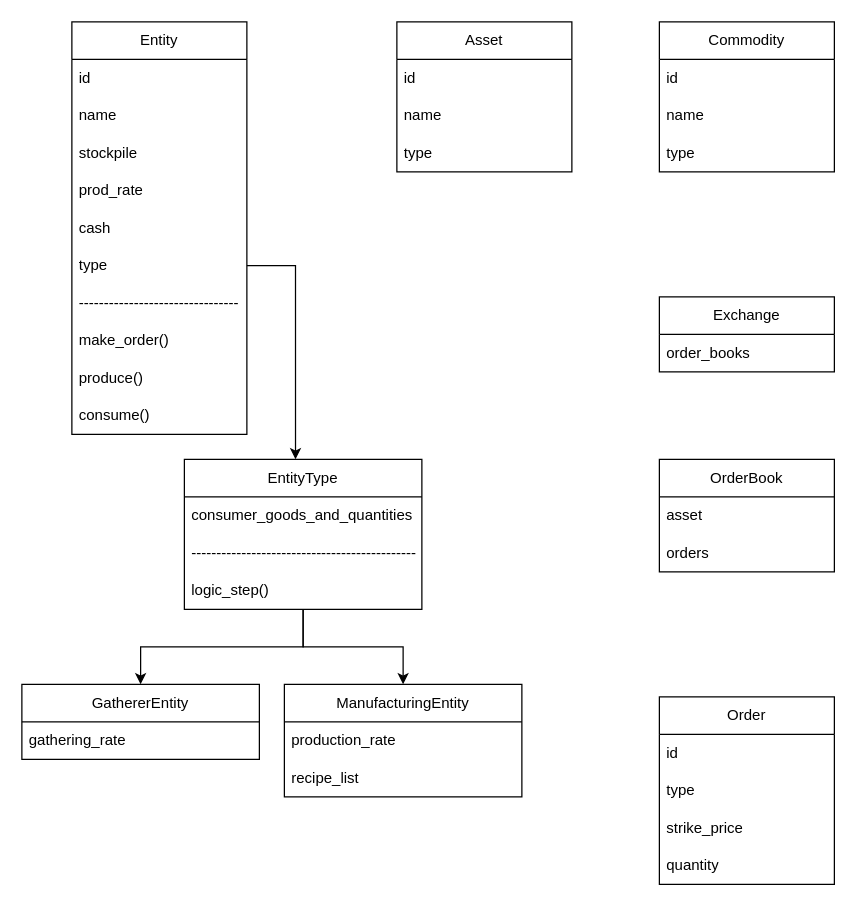
The draw.io diagram diagram.drawio in cypox/ecosim, before the edit. Source tidied: cells renumbered, new cells numbered last; positions are measured from the earlier drawing's top-left corner, leaving out a move shared by most shapes. Both pictures are drawn from the tidied source at 125%, with x=0, y=0 at pixel (21, 21).
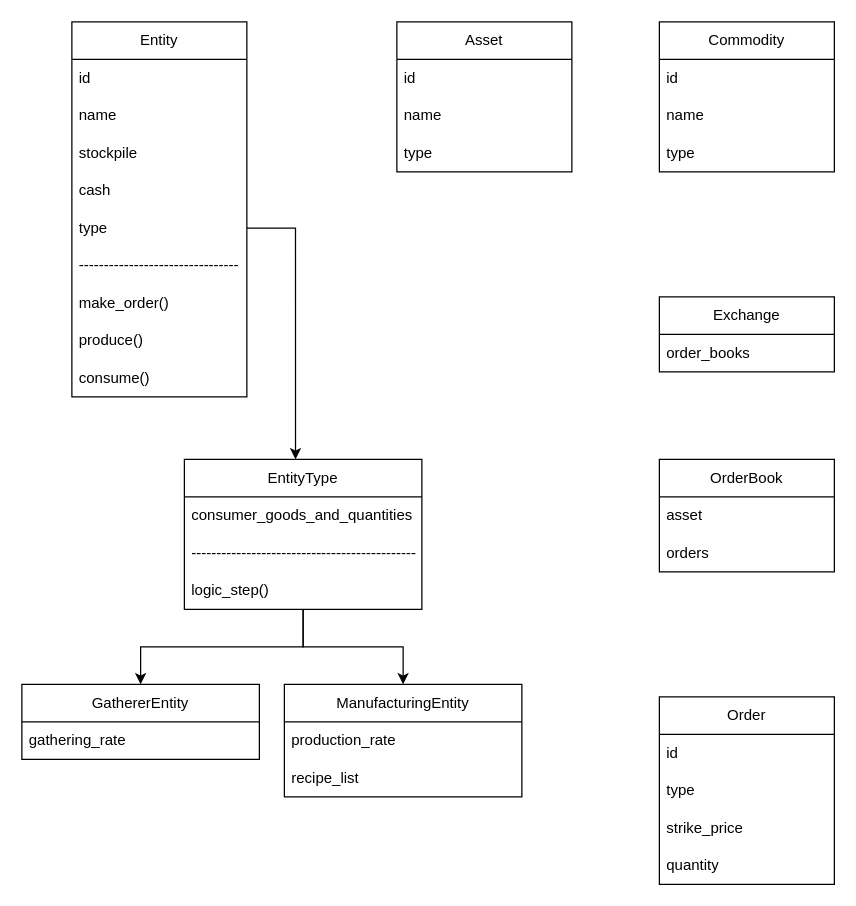
After the change.

The edit, as a diff of the source:
```diff
@@
     <mxCell id="2" value="Entity&lt;br&gt;" style="swimlane;fontStyle=0;horizontal=1;startSize=30;whiteSpace=wrap;html=1;" parent="1" vertex="1">
-      <mxGeometry x="40" width="140" height="330" as="geometry" />
+      <mxGeometry x="40" width="140" height="300" as="geometry" />
     </mxCell>
@@
-    <mxCell id="6" value="prod_rate" style="text;strokeColor=none;fillColor=none;align=left;verticalAlign=middle;spacingLeft=4;spacingRight=4;overflow=hidden;whiteSpace=wrap;html=1;" parent="2" vertex="1">
-      <mxGeometry y="120" width="140" height="30" as="geometry" />
-    </mxCell>
     <mxCell id="7" value="cash" style="text;strokeColor=none;fillColor=none;align=left;verticalAlign=middle;spacingLeft=4;spacingRight=4;overflow=hidden;whiteSpace=wrap;html=1;" parent="2" vertex="1">
-      <mxGeometry y="150" width="140" height="30" as="geometry" />
+      <mxGeometry y="120" width="140" height="30" as="geometry" />
     </mxCell>
     <mxCell id="8" value="type" style="text;strokeColor=none;fillColor=none;align=left;verticalAlign=middle;spacingLeft=4;spacingRight=4;overflow=hidden;points=[[0,0.5],[1,0.5]];portConstraint=eastwest;whiteSpace=wrap;html=1;" parent="2" vertex="1">
-      <mxGeometry y="180" width="140" height="30" as="geometry" />
+      <mxGeometry y="150" width="140" height="30" as="geometry" />
     </mxCell>
     <mxCell id="9" value="--------------------------------" style="text;strokeColor=none;fillColor=none;align=left;verticalAlign=middle;spacingLeft=4;spacingRight=4;overflow=hidden;whiteSpace=wrap;html=1;" parent="2" vertex="1">
-      <mxGeometry y="210" width="140" height="30" as="geometry" />
+      <mxGeometry y="180" width="140" height="30" as="geometry" />
     </mxCell>
     <mxCell id="10" value="make_order()" style="text;strokeColor=none;fillColor=none;align=left;verticalAlign=middle;spacingLeft=4;spacingRight=4;overflow=hidden;whiteSpace=wrap;html=1;" parent="2" vertex="1">
-      <mxGeometry y="240" width="140" height="30" as="geometry" />
+      <mxGeometry y="210" width="140" height="30" as="geometry" />
     </mxCell>
     <mxCell id="11" value="produce()" style="text;strokeColor=none;fillColor=none;align=left;verticalAlign=middle;spacingLeft=4;spacingRight=4;overflow=hidden;whiteSpace=wrap;html=1;" parent="2" vertex="1">
-      <mxGeometry y="270" width="140" height="30" as="geometry" />
+      <mxGeometry y="240" width="140" height="30" as="geometry" />
     </mxCell>
     <mxCell id="12" value="consume()" style="text;strokeColor=none;fillColor=none;align=left;verticalAlign=middle;spacingLeft=4;spacingRight=4;overflow=hidden;whiteSpace=wrap;html=1;" parent="2" vertex="1">
-      <mxGeometry y="300" width="140" height="30" as="geometry" />
+      <mxGeometry y="270" width="140" height="30" as="geometry" />
     </mxCell>
```
